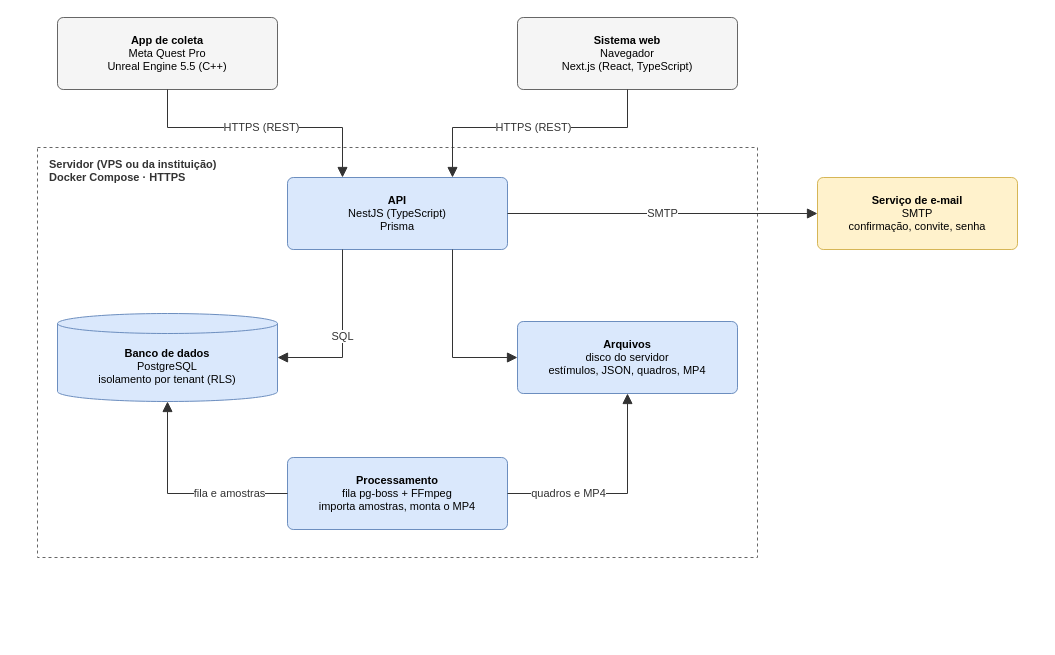
joaozanini/tcc1 keeps this draw.io diagram as page "Figura – Arquitetura" (1 of 2) of Especificacao/Arquitetura-NeuroSight.drawio. Above is the earlier version. Source tidied: cells renumbered, new cells numbered last; positions are measured from the earlier drawing's top-left corner, leaving out a move shared by most shapes. Both pictures are drawn from the tidied source at 100%, with x=0, y=0 at pixel (37, 17).
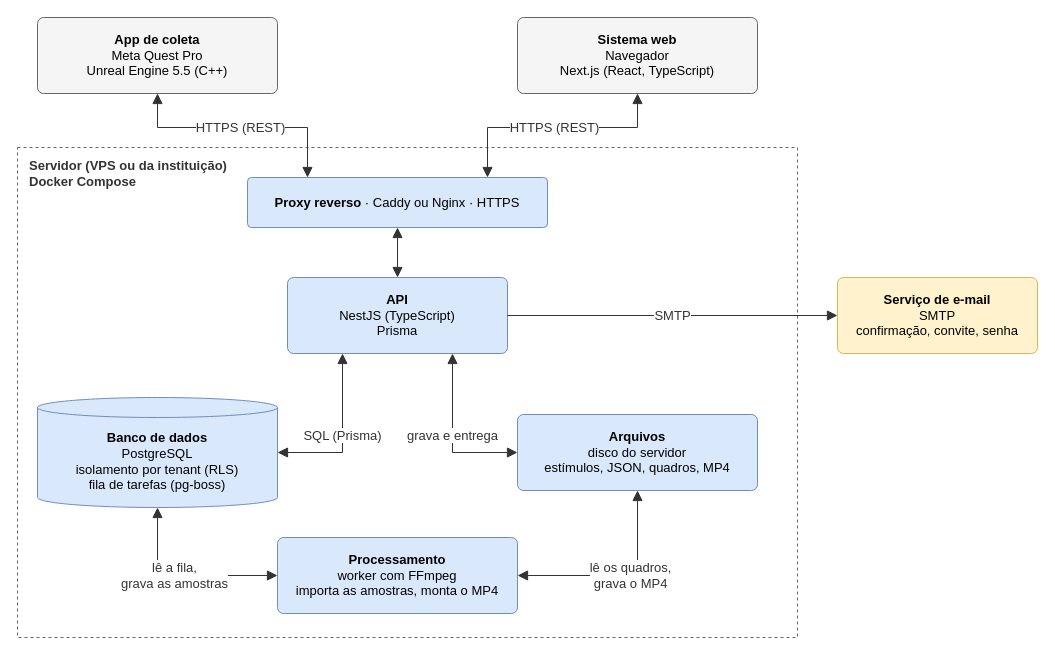
The same diagram, later.

Diff of the diagram source:
```diff
@@
-    <mxCell id="2" value="&lt;b&gt;Servidor (VPS ou da instituição)&lt;br&gt;Docker Compose · HTTPS&lt;/b&gt;" style="rounded=0;whiteSpace=wrap;html=1;fillColor=none;dashed=1;strokeColor=#666666;verticalAlign=top;align=left;spacingLeft=10;spacingTop=4;fontSize=11;fontColor=#333333;" parent="1" vertex="1">
-      <mxGeometry y="130" width="720" height="410" as="geometry" />
+    <mxCell id="2" value="&lt;b&gt;Servidor (VPS ou da instituição)&lt;br&gt;Docker Compose&lt;/b&gt;" style="rounded=0;whiteSpace=wrap;html=1;fillColor=none;dashed=1;strokeColor=#666666;verticalAlign=top;align=left;spacingLeft=10;spacingTop=4;fontSize=13;fontColor=#333333;" parent="1" vertex="1">
+      <mxGeometry x="-20" y="130" width="780" height="490" as="geometry" />
     </mxCell>
-    <mxCell id="3" value="&lt;b&gt;App de coleta&lt;/b&gt;&lt;br&gt;Meta Quest Pro&lt;br&gt;Unreal Engine 5.5 (C++)" style="rounded=1;arcSize=8;whiteSpace=wrap;html=1;fillColor=#F5F5F5;strokeColor=#666666;fontSize=11;align=center;verticalAlign=middle;spacingLeft=8;spacingRight=8;" parent="1" vertex="1">
-      <mxGeometry x="20" width="220" height="72" as="geometry" />
+    <mxCell id="3" value="&lt;b&gt;App de coleta&lt;/b&gt;&lt;br&gt;Meta Quest Pro&lt;br&gt;Unreal Engine 5.5 (C++)" style="rounded=1;arcSize=8;whiteSpace=wrap;html=1;fillColor=#F5F5F5;strokeColor=#666666;fontSize=13;align=center;verticalAlign=middle;spacingLeft=8;spacingRight=8;" parent="1" vertex="1">
+      <mxGeometry width="240" height="76" as="geometry" />
     </mxCell>
-    <mxCell id="4" value="&lt;b&gt;Sistema web&lt;/b&gt;&lt;br&gt;Navegador&lt;br&gt;Next.js (React, TypeScript)" style="rounded=1;arcSize=8;whiteSpace=wrap;html=1;fillColor=#F5F5F5;strokeColor=#666666;fontSize=11;align=center;verticalAlign=middle;spacingLeft=8;spacingRight=8;" parent="1" vertex="1">
-      <mxGeometry x="480" width="220" height="72" as="geometry" />
+    <mxCell id="4" value="&lt;b&gt;Sistema web&lt;/b&gt;&lt;br&gt;Navegador&lt;br&gt;Next.js (React, TypeScript)" style="rounded=1;arcSize=8;whiteSpace=wrap;html=1;fillColor=#F5F5F5;strokeColor=#666666;fontSize=13;align=center;verticalAlign=middle;spacingLeft=8;spacingRight=8;" parent="1" vertex="1">
+      <mxGeometry x="480" width="240" height="76" as="geometry" />
     </mxCell>
+    <mxCell id="17" value="&lt;b&gt;Proxy reverso&lt;/b&gt; · Caddy ou Nginx · HTTPS" style="rounded=1;arcSize=8;whiteSpace=wrap;html=1;fillColor=#DAE8FC;strokeColor=#6C8EBF;fontSize=13;align=center;verticalAlign=middle;spacingLeft=8;spacingRight=8;" parent="1" vertex="1">
+      <mxGeometry x="210" y="160" width="300" height="50" as="geometry" />
+    </mxCell>
-    <mxCell id="5" value="&lt;b&gt;API&lt;/b&gt;&lt;br&gt;NestJS (TypeScript)&lt;br&gt;Prisma" style="rounded=1;arcSize=8;whiteSpace=wrap;html=1;fillColor=#DAE8FC;strokeColor=#6C8EBF;fontSize=11;align=center;verticalAlign=middle;spacingLeft=8;spacingRight=8;" parent="1" vertex="1">
-      <mxGeometry x="250" y="160" width="220" height="72" as="geometry" />
+    <mxCell id="5" value="&lt;b&gt;API&lt;/b&gt;&lt;br&gt;NestJS (TypeScript)&lt;br&gt;Prisma" style="rounded=1;arcSize=8;whiteSpace=wrap;html=1;fillColor=#DAE8FC;strokeColor=#6C8EBF;fontSize=13;align=center;verticalAlign=middle;spacingLeft=8;spacingRight=8;" parent="1" vertex="1">
+      <mxGeometry x="250" y="260" width="220" height="76" as="geometry" />
     </mxCell>
-    <mxCell id="6" value="&lt;b&gt;Banco de dados&lt;/b&gt;&lt;br&gt;PostgreSQL&lt;br&gt;isolamento por tenant (RLS)" style="shape=cylinder3;boundedLbl=1;backgroundOutline=1;size=10;whiteSpace=wrap;html=1;fillColor=#DAE8FC;strokeColor=#6C8EBF;fontSize=11;align=center;verticalAlign=middle;spacingLeft=8;spacingRight=8;" parent="1" vertex="1">
-      <mxGeometry x="20" y="296" width="220" height="88" as="geometry" />
+    <mxCell id="6" value="&lt;b&gt;Banco de dados&lt;/b&gt;&lt;br&gt;PostgreSQL&lt;br&gt;isolamento por tenant (RLS)&lt;br&gt;fila de tarefas (pg-boss)" style="shape=cylinder3;boundedLbl=1;backgroundOutline=1;size=10;whiteSpace=wrap;html=1;fillColor=#DAE8FC;strokeColor=#6C8EBF;fontSize=13;align=center;verticalAlign=middle;spacingLeft=8;spacingRight=8;" parent="1" vertex="1">
+      <mxGeometry y="380" width="240" height="110" as="geometry" />
     </mxCell>
-    <mxCell id="7" value="&lt;b&gt;Arquivos&lt;/b&gt;&lt;br&gt;disco do servidor&lt;br&gt;estímulos, JSON, quadros, MP4" style="rounded=1;arcSize=8;whiteSpace=wrap;html=1;fillColor=#DAE8FC;strokeColor=#6C8EBF;fontSize=11;align=center;verticalAlign=middle;spacingLeft=8;spacingRight=8;" parent="1" vertex="1">
-      <mxGeometry x="480" y="304" width="220" height="72" as="geometry" />
+    <mxCell id="7" value="&lt;b&gt;Arquivos&lt;/b&gt;&lt;br&gt;disco do servidor&lt;br&gt;estímulos, JSON, quadros, MP4" style="rounded=1;arcSize=8;whiteSpace=wrap;html=1;fillColor=#DAE8FC;strokeColor=#6C8EBF;fontSize=13;align=center;verticalAlign=middle;spacingLeft=8;spacingRight=8;" parent="1" vertex="1">
+      <mxGeometry x="480" y="397" width="240" height="76" as="geometry" />
     </mxCell>
-    <mxCell id="8" value="&lt;b&gt;Processamento&lt;/b&gt;&lt;br&gt;fila pg-boss + FFmpeg&lt;br&gt;importa amostras, monta o MP4" style="rounded=1;arcSize=8;whiteSpace=wrap;html=1;fillColor=#DAE8FC;strokeColor=#6C8EBF;fontSize=11;align=center;verticalAlign=middle;spacingLeft=8;spacingRight=8;" parent="1" vertex="1">
-      <mxGeometry x="250" y="440" width="220" height="72" as="geometry" />
+    <mxCell id="8" value="&lt;b&gt;Processamento&lt;/b&gt;&lt;br&gt;worker com FFmpeg&lt;br&gt;importa as amostras, monta o MP4" style="rounded=1;arcSize=8;whiteSpace=wrap;html=1;fillColor=#DAE8FC;strokeColor=#6C8EBF;fontSize=13;align=center;verticalAlign=middle;spacingLeft=8;spacingRight=8;" parent="1" vertex="1">
+      <mxGeometry x="240" y="520" width="240" height="76" as="geometry" />
     </mxCell>
-    <mxCell id="9" value="&lt;b&gt;Serviço de e-mail&lt;/b&gt;&lt;br&gt;SMTP&lt;br&gt;confirmação, convite, senha" style="rounded=1;arcSize=8;whiteSpace=wrap;html=1;fillColor=#FFF2CC;strokeColor=#D6B656;fontSize=11;align=center;verticalAlign=middle;spacingLeft=8;spacingRight=8;" parent="1" vertex="1">
-      <mxGeometry x="780" y="160" width="200" height="72" as="geometry" />
+    <mxCell id="9" value="&lt;b&gt;Serviço de e-mail&lt;/b&gt;&lt;br&gt;SMTP&lt;br&gt;confirmação, convite, senha" style="rounded=1;arcSize=8;whiteSpace=wrap;html=1;fillColor=#FFF2CC;strokeColor=#D6B656;fontSize=13;align=center;verticalAlign=middle;spacingLeft=8;spacingRight=8;" parent="1" vertex="1">
+      <mxGeometry x="800" y="260" width="200" height="76" as="geometry" />
     </mxCell>
-    <mxCell id="10" value="HTTPS (REST)" style="edgeStyle=orthogonalEdgeStyle;rounded=0;html=1;endArrow=block;endFill=1;endSize=8;strokeColor=#333333;fontSize=11;fontColor=#333333;labelBackgroundColor=#FFFFFF;exitX=0.5;exitY=1;exitDx=0;exitDy=0;entryX=0.25;entryY=0;entryDx=0;entryDy=0;" parent="1" edge="1" source="3" target="5">
+    <mxCell id="10" value="HTTPS (REST)" style="edgeStyle=orthogonalEdgeStyle;rounded=0;html=1;startArrow=block;startFill=1;startSize=8;endArrow=block;endFill=1;endSize=8;strokeColor=#333333;fontSize=13;fontColor=#333333;labelBackgroundColor=#FFFFFF;exitX=0.5;exitY=1;exitDx=0;exitDy=0;entryX=0.2;entryY=0;entryDx=0;entryDy=0;" parent="1" edge="1" source="3" target="17">
       <mxGeometry relative="1" as="geometry">
         <Array as="points">
-          <mxPoint x="130" y="110" />
-          <mxPoint x="305" y="110" />
+          <mxPoint x="120" y="110" />
+          <mxPoint x="270" y="110" />
         </Array>
       </mxGeometry>
     </mxCell>
-    <mxCell id="11" value="HTTPS (REST)" style="edgeStyle=orthogonalEdgeStyle;rounded=0;html=1;endArrow=block;endFill=1;endSize=8;strokeColor=#333333;fontSize=11;fontColor=#333333;labelBackgroundColor=#FFFFFF;exitX=0.5;exitY=1;exitDx=0;exitDy=0;entryX=0.75;entryY=0;entryDx=0;entryDy=0;" parent="1" edge="1" source="4" target="5">
+    <mxCell id="11" value="HTTPS (REST)" style="edgeStyle=orthogonalEdgeStyle;rounded=0;html=1;startArrow=block;startFill=1;startSize=8;endArrow=block;endFill=1;endSize=8;strokeColor=#333333;fontSize=13;fontColor=#333333;labelBackgroundColor=#FFFFFF;exitX=0.5;exitY=1;exitDx=0;exitDy=0;entryX=0.8;entryY=0;entryDx=0;entryDy=0;" parent="1" edge="1" source="4" target="17">
       <mxGeometry relative="1" as="geometry">
         <Array as="points">
-          <mxPoint x="590" y="110" />
-          <mxPoint x="415" y="110" />
+          <mxPoint x="600" y="110" />
+          <mxPoint x="450" y="110" />
         </Array>
       </mxGeometry>
     </mxCell>
+    <mxCell id="18" style="edgeStyle=orthogonalEdgeStyle;rounded=0;html=1;startArrow=block;startFill=1;startSize=8;endArrow=block;endFill=1;endSize=8;strokeColor=#333333;fontSize=13;fontColor=#333333;labelBackgroundColor=#FFFFFF;exitX=0.5;exitY=1;exitDx=0;exitDy=0;entryX=0.5;entryY=0;entryDx=0;entryDy=0;" parent="1" edge="1" source="17" target="5">
+      <mxGeometry relative="1" as="geometry" />
+    </mxCell>
-    <mxCell id="12" value="SQL" style="edgeStyle=orthogonalEdgeStyle;rounded=0;html=1;endArrow=block;endFill=1;endSize=8;strokeColor=#333333;fontSize=11;fontColor=#333333;labelBackgroundColor=#FFFFFF;exitX=0.25;exitY=1;exitDx=0;exitDy=0;entryX=1;entryY=0.5;entryDx=0;entryDy=0;" parent="1" edge="1" source="5" target="6">
+    <mxCell id="12" value="SQL (Prisma)" style="edgeStyle=orthogonalEdgeStyle;rounded=0;html=1;startArrow=block;startFill=1;startSize=8;endArrow=block;endFill=1;endSize=8;strokeColor=#333333;fontSize=13;fontColor=#333333;labelBackgroundColor=#FFFFFF;exitX=0.25;exitY=1;exitDx=0;exitDy=0;entryX=1;entryY=0.5;entryDx=0;entryDy=0;" parent="1" edge="1" source="5" target="6">
       <mxGeometry relative="1" as="geometry">
         <Array as="points">
-          <mxPoint x="305" y="340" />
+          <mxPoint x="305" y="435" />
         </Array>
       </mxGeometry>
     </mxCell>
-    <mxCell id="13" style="edgeStyle=orthogonalEdgeStyle;rounded=0;html=1;endArrow=block;endFill=1;endSize=8;strokeColor=#333333;fontSize=11;fontColor=#333333;labelBackgroundColor=#FFFFFF;exitX=0.75;exitY=1;exitDx=0;exitDy=0;entryX=0;entryY=0.5;entryDx=0;entryDy=0;" parent="1" edge="1" source="5" target="7">
+    <mxCell id="13" value="grava e entrega" style="edgeStyle=orthogonalEdgeStyle;rounded=0;html=1;startArrow=block;startFill=1;startSize=8;endArrow=block;endFill=1;endSize=8;strokeColor=#333333;fontSize=13;fontColor=#333333;labelBackgroundColor=#FFFFFF;exitX=0.75;exitY=1;exitDx=0;exitDy=0;entryX=0;entryY=0.5;entryDx=0;entryDy=0;" parent="1" edge="1" source="5" target="7">
       <mxGeometry relative="1" as="geometry">
         <Array as="points">
-          <mxPoint x="415" y="340" />
+          <mxPoint x="415" y="435" />
         </Array>
       </mxGeometry>
     </mxCell>
-    <mxCell id="14" value="fila e amostras" style="edgeStyle=orthogonalEdgeStyle;rounded=0;html=1;endArrow=block;endFill=1;endSize=8;strokeColor=#333333;fontSize=11;fontColor=#333333;labelBackgroundColor=#FFFFFF;exitX=0;exitY=0.5;exitDx=0;exitDy=0;entryX=0.5;entryY=1;entryDx=0;entryDy=0;" parent="1" edge="1" source="8" target="6">
-      <mxGeometry x="-0.45" relative="1" as="geometry">
+    <mxCell id="14" value="lê a fila,&lt;br&gt;grava as amostras" style="edgeStyle=orthogonalEdgeStyle;rounded=0;html=1;startArrow=block;startFill=1;startSize=8;endArrow=block;endFill=1;endSize=8;strokeColor=#333333;fontSize=13;fontColor=#333333;labelBackgroundColor=#FFFFFF;exitX=0;exitY=0.5;exitDx=0;exitDy=0;entryX=0.5;entryY=1;entryDx=0;entryDy=0;" parent="1" edge="1" source="8" target="6">
+      <mxGeometry x="0.1" relative="1" as="geometry">
         <Array as="points">
-          <mxPoint x="130" y="476" />
+          <mxPoint x="120" y="558" />
         </Array>
       </mxGeometry>
     </mxCell>
-    <mxCell id="15" value="quadros e MP4" style="edgeStyle=orthogonalEdgeStyle;rounded=0;html=1;endArrow=block;endFill=1;endSize=8;strokeColor=#333333;fontSize=11;fontColor=#333333;labelBackgroundColor=#FFFFFF;exitX=1;exitY=0.5;exitDx=0;exitDy=0;entryX=0.5;entryY=1;entryDx=0;entryDy=0;" parent="1" edge="1" source="8" target="7">
-      <mxGeometry x="-0.45" relative="1" as="geometry">
+    <mxCell id="15" value="lê os quadros,&lt;br&gt;grava o MP4" style="edgeStyle=orthogonalEdgeStyle;rounded=0;html=1;startArrow=block;startFill=1;startSize=8;endArrow=block;endFill=1;endSize=8;strokeColor=#333333;fontSize=13;fontColor=#333333;labelBackgroundColor=#FFFFFF;exitX=1;exitY=0.5;exitDx=0;exitDy=0;entryX=0.5;entryY=1;entryDx=0;entryDy=0;" parent="1" edge="1" source="8" target="7">
+      <mxGeometry x="0.1" relative="1" as="geometry">
         <Array as="points">
-          <mxPoint x="590" y="476" />
+          <mxPoint x="600" y="558" />
         </Array>
       </mxGeometry>
     </mxCell>
-    <mxCell id="16" value="SMTP" style="edgeStyle=orthogonalEdgeStyle;rounded=0;html=1;endArrow=block;endFill=1;endSize=8;strokeColor=#333333;fontSize=11;fontColor=#333333;labelBackgroundColor=#FFFFFF;exitX=1;exitY=0.5;exitDx=0;exitDy=0;entryX=0;entryY=0.5;entryDx=0;entryDy=0;" parent="1" edge="1" source="5" target="9">
+    <mxCell id="16" value="SMTP" style="edgeStyle=orthogonalEdgeStyle;rounded=0;html=1;endArrow=block;endFill=1;endSize=8;strokeColor=#333333;fontSize=13;fontColor=#333333;labelBackgroundColor=#FFFFFF;exitX=1;exitY=0.5;exitDx=0;exitDy=0;entryX=0;entryY=0.5;entryDx=0;entryDy=0;" parent="1" edge="1" source="5" target="9">
       <mxGeometry relative="1" as="geometry" />
     </mxCell>
```
